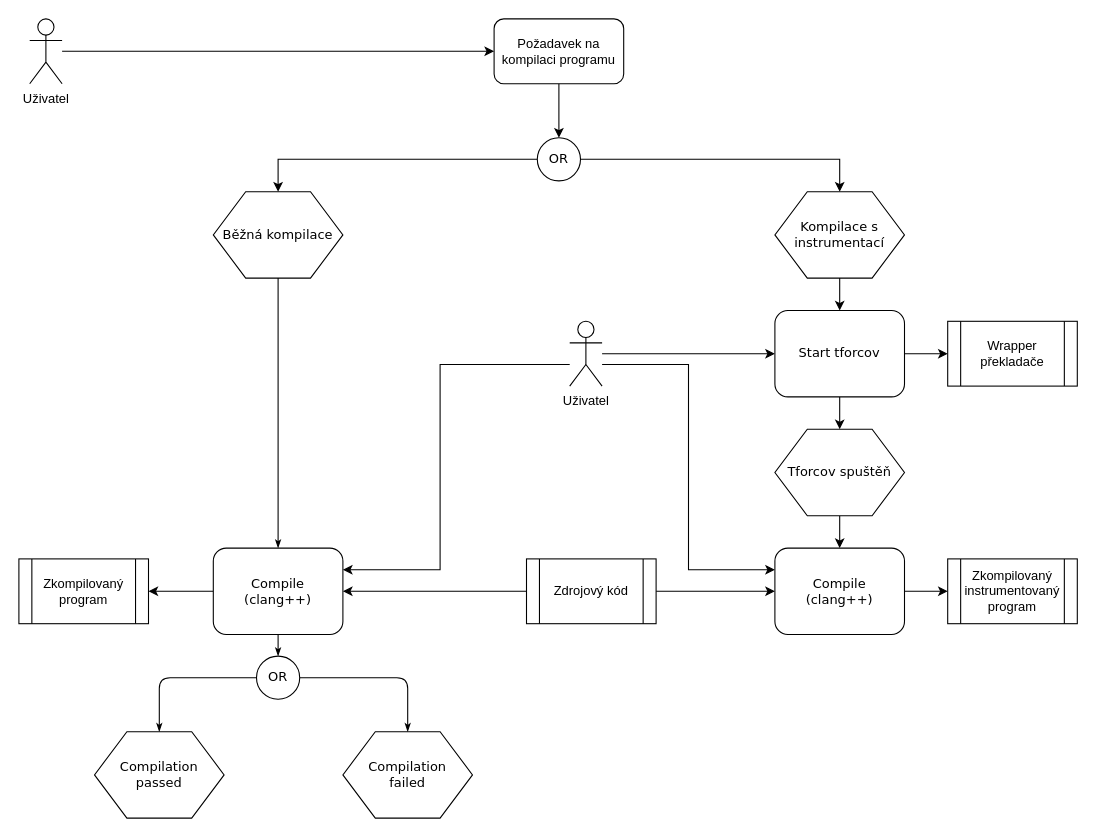
petkapou/DIP_diagrams keeps this draw.io diagram as epc_compile.drawio. Above is the earlier version. Source tidied: cells renumbered, new cells numbered last; positions are measured from the earlier drawing's top-left corner, leaving out a move shared by most shapes. Both pictures are drawn from the tidied source at 108%, with x=0, y=0 at pixel (18, 18).
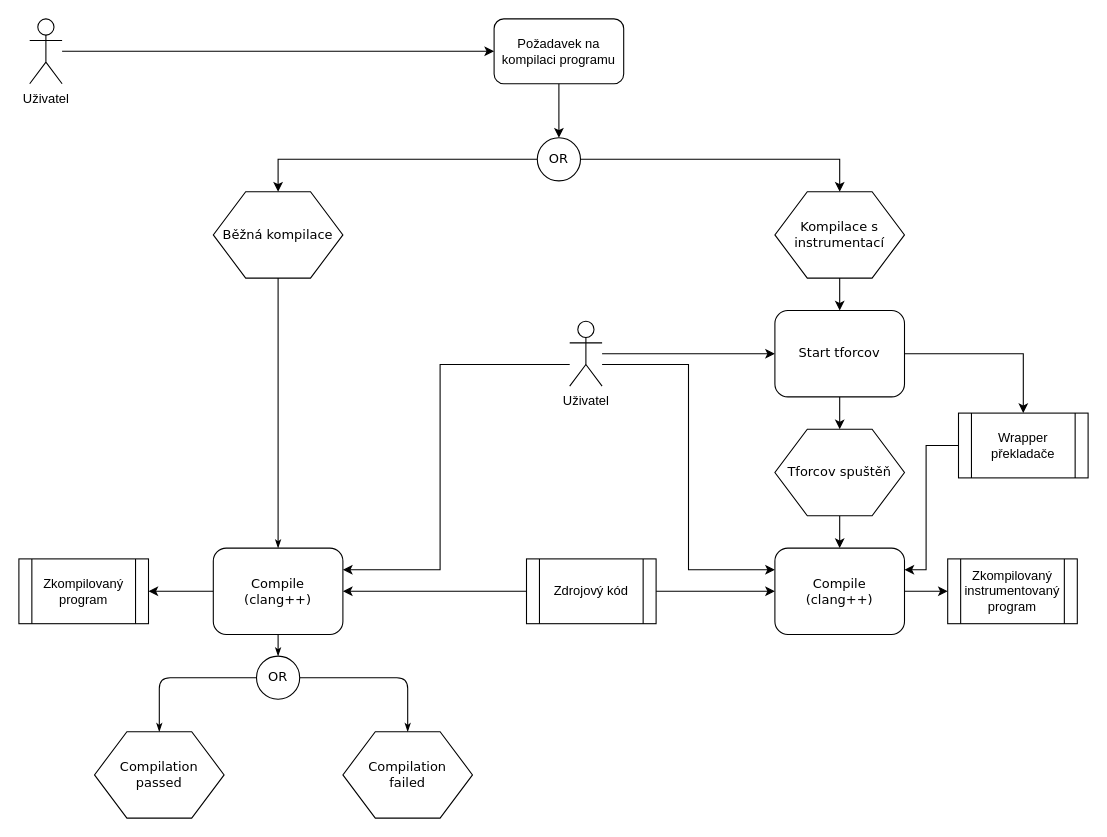
The same page after the edit.

The change refers to these unchanged cells:
```xml
<mxCell id="33" value="Compile&lt;br&gt;(clang++)" style="rounded=1;whiteSpace=wrap;html=1;shadow=0;labelBackgroundColor=none;strokeWidth=1;fontFamily=Verdana;fontSize=12;align=center;" parent="1" vertex="1">
  <mxGeometry x="700" y="490" width="120" height="80" as="geometry" />
</mxCell>
```

Diff of the diagram source:
```diff
@@
+    <mxCell id="38" style="edgeStyle=orthogonalEdgeStyle;rounded=0;jettySize=auto;html=1;" parent="1" edge="1" source="37" target="33">
+      <mxGeometry relative="1" as="geometry">
+        <Array as="points">
+          <mxPoint x="840" y="395" />
+          <mxPoint x="840" y="510" />
+        </Array>
+      </mxGeometry>
+    </mxCell>
     <mxCell id="37" value="Wrapper překladače" style="shape=process;whiteSpace=wrap;html=1;backgroundOutline=1;" parent="1" vertex="1">
-      <mxGeometry x="860" y="280" width="120" height="60" as="geometry" />
+      <mxGeometry x="870" y="365" width="120" height="60" as="geometry" />
     </mxCell>
```
